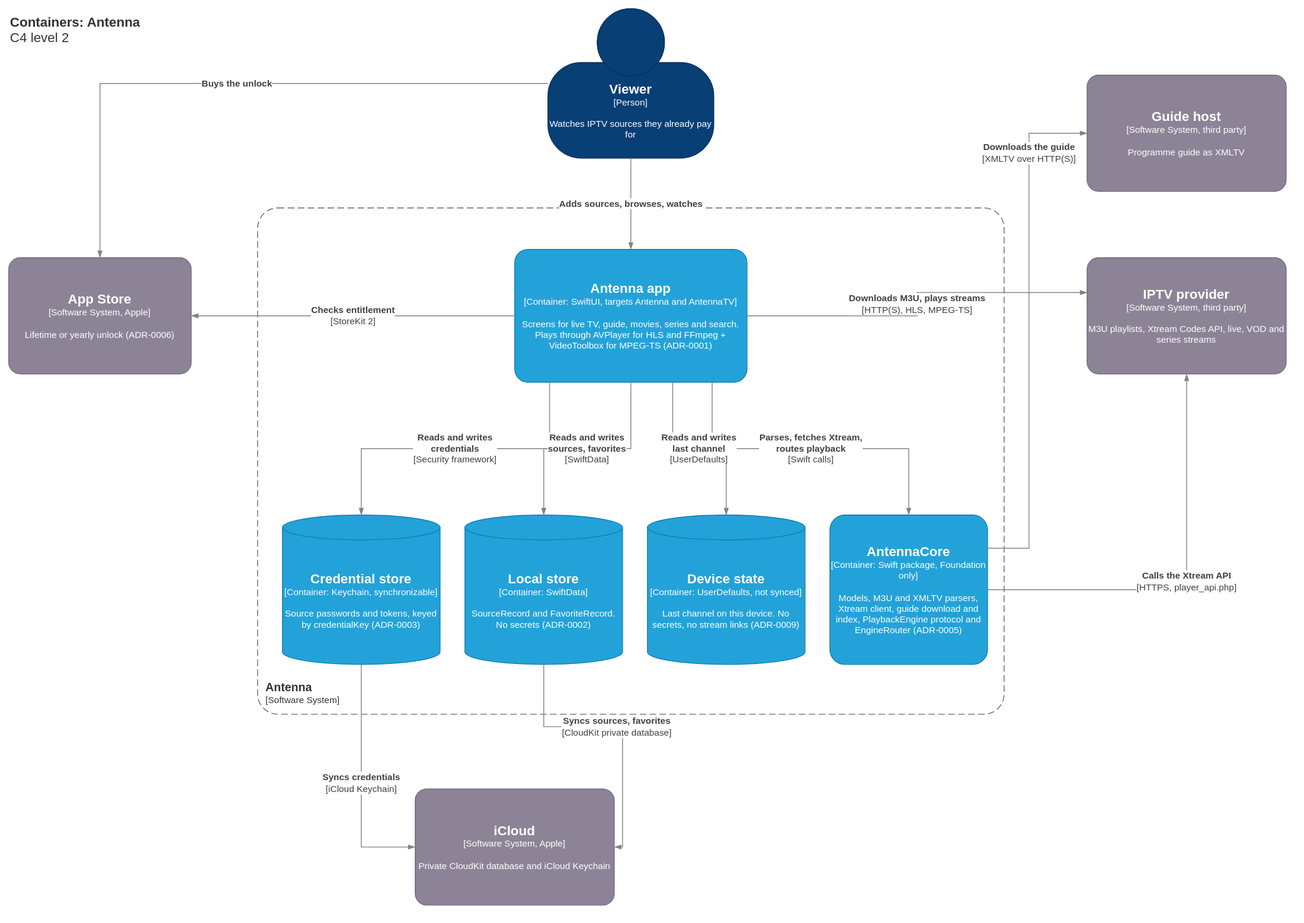
OlofLoov/antenna keeps this draw.io diagram as docs/architecture/c4-container.drawio.svg. Above is the earlier version. Source tidied: cells renumbered, new cells last; positions are measured from the earlier drawing's top-left corner, leaving out a move shared by most shapes.
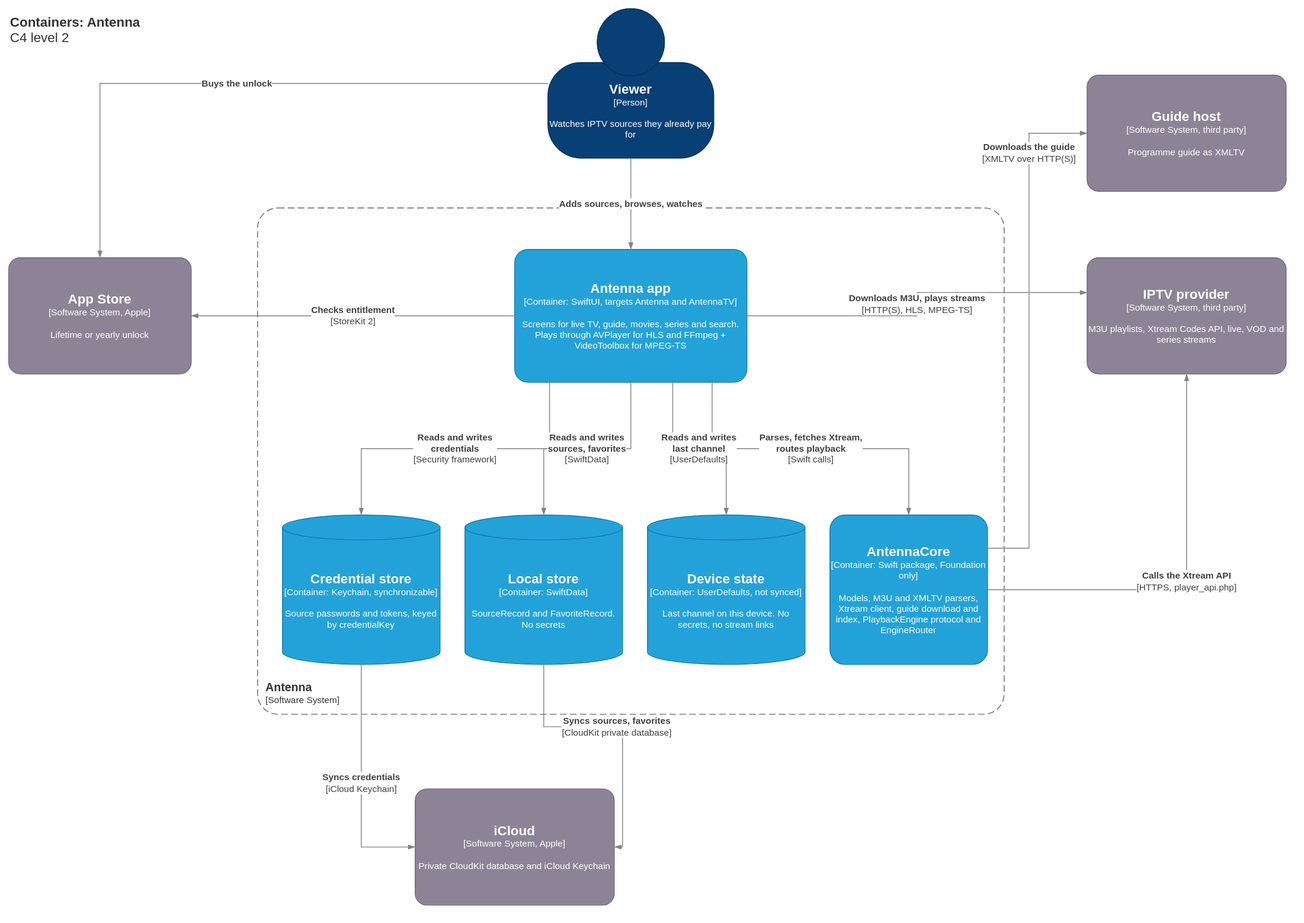
Later version of the same file.

Commit message:
docs: drop decision numbers from the C4 diagrams

The context and container diagrams showed "(ADR-000N)" after six box
descriptions. Remove it from the visible SVG text and from the embedded
draw.io source, which still parses as XML.

The edit, as a diff of the source:
```diff
@@ -11,22 +11,22 @@
     <mxCell id="4" value="&lt;font style='font-size:14px'&gt;&lt;b&gt;Antenna&lt;/b&gt;&lt;/font&gt;&lt;div&gt;[Software System]&lt;/div&gt;" style="rounded=1;fontSize=11;whiteSpace=wrap;html=1;dashed=1;arcSize=4;fillColor=none;strokeColor=#666666;fontColor=#333333;labelBackgroundColor=none;align=left;verticalAlign=bottom;spacing=10;dashPattern=8 4;" parent="1" vertex="1">
       <mxGeometry x="300" y="240" width="900" height="610" as="geometry" />
     </mxCell>
-    <mxCell id="5" value="&lt;font style='font-size:16px'&gt;&lt;b&gt;Antenna app&lt;/b&gt;&lt;/font&gt;&lt;div&gt;[Container: SwiftUI, targets Antenna and AntennaTV]&lt;/div&gt;&lt;br&gt;&lt;div&gt;Screens for live TV, guide, movies, series and search. Plays through AVPlayer for HLS and FFmpeg + VideoToolbox for MPEG-TS (ADR-0001)&lt;/div&gt;" style="rounded=1;whiteSpace=wrap;html=1;labelBackgroundColor=none;fillColor=#23A2D9;fontColor=#ffffff;align=center;arcSize=10;strokeColor=#0E7DAD;fontSize=11;" parent="1" vertex="1">
+    <mxCell id="5" value="&lt;font style='font-size:16px'&gt;&lt;b&gt;Antenna app&lt;/b&gt;&lt;/font&gt;&lt;div&gt;[Container: SwiftUI, targets Antenna and AntennaTV]&lt;/div&gt;&lt;br&gt;&lt;div&gt;Screens for live TV, guide, movies, series and search. Plays through AVPlayer for HLS and FFmpeg + VideoToolbox for MPEG-TS&lt;/div&gt;" style="rounded=1;whiteSpace=wrap;html=1;labelBackgroundColor=none;fillColor=#23A2D9;fontColor=#ffffff;align=center;arcSize=10;strokeColor=#0E7DAD;fontSize=11;" parent="1" vertex="1">
       <mxGeometry x="610" y="290" width="280" height="160" as="geometry" />
     </mxCell>
-    <mxCell id="6" value="&lt;font style='font-size:16px'&gt;&lt;b&gt;Credential store&lt;/b&gt;&lt;/font&gt;&lt;div&gt;[Container: Keychain, synchronizable]&lt;/div&gt;&lt;br&gt;&lt;div&gt;Source passwords and tokens, keyed by credentialKey (ADR-0003)&lt;/div&gt;" style="shape=cylinder3;size=15;boundedLbl=1;whiteSpace=wrap;html=1;labelBackgroundColor=none;fillColor=#23A2D9;fontColor=#ffffff;align=center;strokeColor=#0E7DAD;fontSize=11;" parent="1" vertex="1">
+    <mxCell id="6" value="&lt;font style='font-size:16px'&gt;&lt;b&gt;Credential store&lt;/b&gt;&lt;/font&gt;&lt;div&gt;[Container: Keychain, synchronizable]&lt;/div&gt;&lt;br&gt;&lt;div&gt;Source passwords and tokens, keyed by credentialKey&lt;/div&gt;" style="shape=cylinder3;size=15;boundedLbl=1;whiteSpace=wrap;html=1;labelBackgroundColor=none;fillColor=#23A2D9;fontColor=#ffffff;align=center;strokeColor=#0E7DAD;fontSize=11;" parent="1" vertex="1">
       <mxGeometry x="330" y="610" width="190" height="180" as="geometry" />
     </mxCell>
-    <mxCell id="7" value="&lt;font style='font-size:16px'&gt;&lt;b&gt;Local store&lt;/b&gt;&lt;/font&gt;&lt;div&gt;[Container: SwiftData]&lt;/div&gt;&lt;br&gt;&lt;div&gt;SourceRecord and FavoriteRecord. No secrets (ADR-0002)&lt;/div&gt;" style="shape=cylinder3;size=15;boundedLbl=1;whiteSpace=wrap;html=1;labelBackgroundColor=none;fillColor=#23A2D9;fontColor=#ffffff;align=center;strokeColor=#0E7DAD;fontSize=11;" parent="1" vertex="1">
+    <mxCell id="7" value="&lt;font style='font-size:16px'&gt;&lt;b&gt;Local store&lt;/b&gt;&lt;/font&gt;&lt;div&gt;[Container: SwiftData]&lt;/div&gt;&lt;br&gt;&lt;div&gt;SourceRecord and FavoriteRecord. No secrets&lt;/div&gt;" style="shape=cylinder3;size=15;boundedLbl=1;whiteSpace=wrap;html=1;labelBackgroundColor=none;fillColor=#23A2D9;fontColor=#ffffff;align=center;strokeColor=#0E7DAD;fontSize=11;" parent="1" vertex="1">
       <mxGeometry x="550" y="610" width="190" height="180" as="geometry" />
     </mxCell>
-    <mxCell id="8" value="&lt;font style='font-size:16px'&gt;&lt;b&gt;Device state&lt;/b&gt;&lt;/font&gt;&lt;div&gt;[Container: UserDefaults, not synced]&lt;/div&gt;&lt;br&gt;&lt;div&gt;Last channel on this device. No secrets, no stream links (ADR-0009)&lt;/div&gt;" style="shape=cylinder3;size=15;boundedLbl=1;whiteSpace=wrap;html=1;labelBackgroundColor=none;fillColor=#23A2D9;fontColor=#ffffff;align=center;strokeColor=#0E7DAD;fontSize=11;" parent="1" vertex="1">
+    <mxCell id="8" value="&lt;font style='font-size:16px'&gt;&lt;b&gt;Device state&lt;/b&gt;&lt;/font&gt;&lt;div&gt;[Container: UserDefaults, not synced]&lt;/div&gt;&lt;br&gt;&lt;div&gt;Last channel on this device. No secrets, no stream links&lt;/div&gt;" style="shape=cylinder3;size=15;boundedLbl=1;whiteSpace=wrap;html=1;labelBackgroundColor=none;fillColor=#23A2D9;fontColor=#ffffff;align=center;strokeColor=#0E7DAD;fontSize=11;" parent="1" vertex="1">
       <mxGeometry x="770" y="610" width="190" height="180" as="geometry" />
     </mxCell>
-    <mxCell id="9" value="&lt;font style='font-size:16px'&gt;&lt;b&gt;AntennaCore&lt;/b&gt;&lt;/font&gt;&lt;div&gt;[Container: Swift package, Foundation only]&lt;/div&gt;&lt;br&gt;&lt;div&gt;Models, M3U and XMLTV parsers, Xtream client, guide download and index, PlaybackEngine protocol and EngineRouter (ADR-0005)&lt;/div&gt;" style="rounded=1;whiteSpace=wrap;html=1;labelBackgroundColor=none;fillColor=#23A2D9;fontColor=#ffffff;align=center;arcSize=10;strokeColor=#0E7DAD;fontSize=11;" parent="1" vertex="1">
+    <mxCell id="9" value="&lt;font style='font-size:16px'&gt;&lt;b&gt;AntennaCore&lt;/b&gt;&lt;/font&gt;&lt;div&gt;[Container: Swift package, Foundation only]&lt;/div&gt;&lt;br&gt;&lt;div&gt;Models, M3U and XMLTV parsers, Xtream client, guide download and index, PlaybackEngine protocol and EngineRouter&lt;/div&gt;" style="rounded=1;whiteSpace=wrap;html=1;labelBackgroundColor=none;fillColor=#23A2D9;fontColor=#ffffff;align=center;arcSize=10;strokeColor=#0E7DAD;fontSize=11;" parent="1" vertex="1">
       <mxGeometry x="990" y="610" width="190" height="180" as="geometry" />
     </mxCell>
-    <mxCell id="10" value="&lt;font style='font-size:16px'&gt;&lt;b&gt;App Store&lt;/b&gt;&lt;/font&gt;&lt;div&gt;[Software System, Apple]&lt;/div&gt;&lt;br&gt;&lt;div&gt;Lifetime or yearly unlock (ADR-0006)&lt;/div&gt;" style="rounded=1;whiteSpace=wrap;html=1;labelBackgroundColor=none;fillColor=#8C8496;fontColor=#ffffff;align=center;arcSize=10;strokeColor=#736782;fontSize=11;" parent="1" vertex="1">
+    <mxCell id="10" value="&lt;font style='font-size:16px'&gt;&lt;b&gt;App Store&lt;/b&gt;&lt;/font&gt;&lt;div&gt;[Software System, Apple]&lt;/div&gt;&lt;br&gt;&lt;div&gt;Lifetime or yearly unlock&lt;/div&gt;" style="rounded=1;whiteSpace=wrap;html=1;labelBackgroundColor=none;fillColor=#8C8496;fontColor=#ffffff;align=center;arcSize=10;strokeColor=#736782;fontSize=11;" parent="1" vertex="1">
       <mxGeometry y="300" width="220" height="140" as="geometry" />
     </mxCell>
     <mxCell id="11" value="&lt;font style='font-size:16px'&gt;&lt;b&gt;iCloud&lt;/b&gt;&lt;/font&gt;&lt;div&gt;[Software System, Apple]&lt;/div&gt;&lt;br&gt;&lt;div&gt;Private CloudKit database and iCloud Keychain&lt;/div&gt;" style="rounded=1;whiteSpace=wrap;html=1;labelBackgroundColor=none;fillColor=#8C8496;fontColor=#ffffff;align=center;arcSize=10;strokeColor=#736782;fontSize=11;" parent="1" vertex="1">
```
